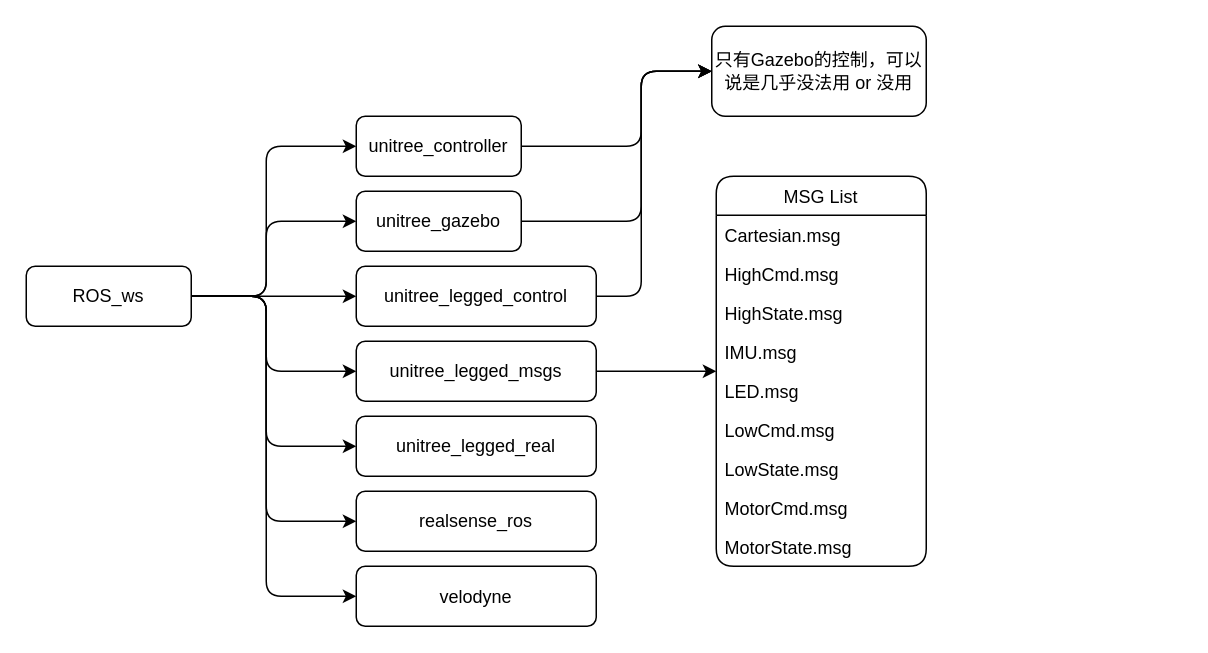
MistyMoonR/tsinghua-Unitree-ROS keeps this draw.io diagram as ROS_ws/drawio/ROS_ws.drawio. Above is the earlier version. Source tidied: cells renumbered, new cells numbered last; positions are measured from the earlier drawing's top-left corner, leaving out a move shared by most shapes. Both pictures are drawn from the tidied source at 150%, with x=0, y=0 at pixel (26, 26).
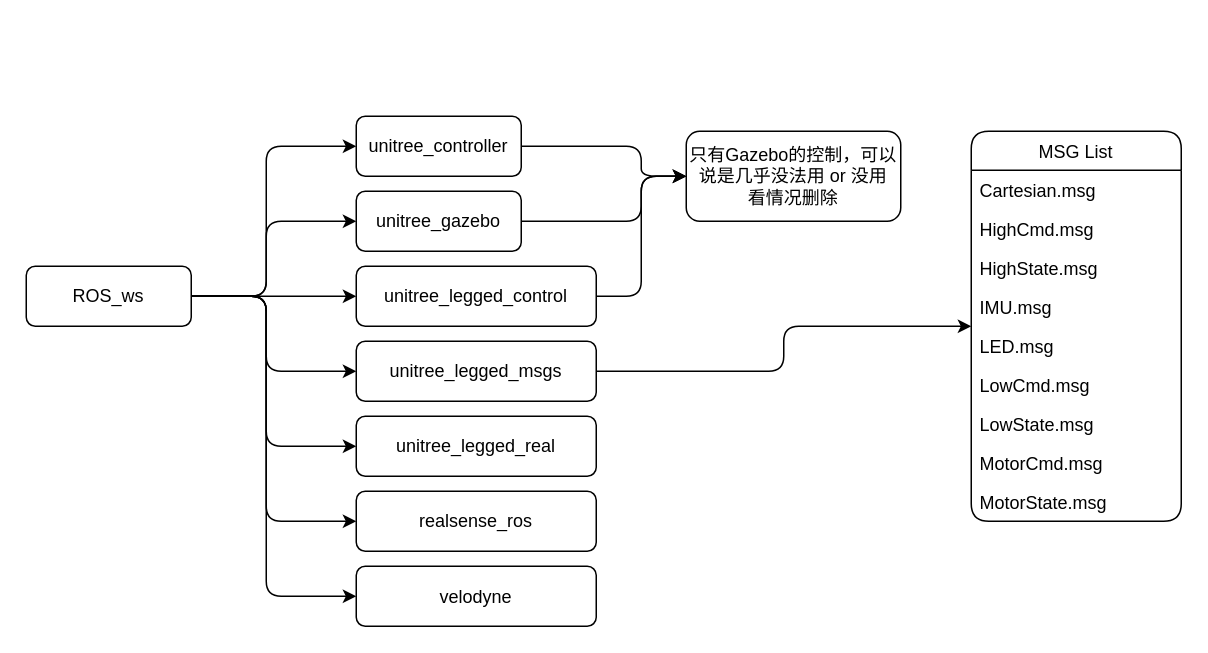
Above is the later version.

Unchanged cells that the change refers to:
```xml
<mxCell id="4" value="unitree_legged_control" style="rounded=1;whiteSpace=wrap;html=1;" parent="1" vertex="1">
  <mxGeometry x="220" y="160" width="160" height="40" as="geometry" />
</mxCell>
<mxCell id="6" value="unitree_gazebo" style="rounded=1;whiteSpace=wrap;html=1;" parent="1" vertex="1">
  <mxGeometry x="220" y="110" width="110" height="40" as="geometry" />
</mxCell>
<mxCell id="8" value="unitree_controller" style="rounded=1;whiteSpace=wrap;html=1;" parent="1" vertex="1">
  <mxGeometry x="220" y="60" width="110" height="40" as="geometry" />
</mxCell>
```

The edit, as a diff of the source:
```diff
@@
     <mxCell id="5" style="edgeStyle=orthogonalEdgeStyle;rounded=1;jettySize=auto;html=1;" parent="1" edge="1" source="6" target="16">
       <mxGeometry relative="1" as="geometry">
         <Array as="points">
           <mxPoint x="410" y="130" />
-          <mxPoint x="410" y="30" />
+          <mxPoint x="410" y="100" />
         </Array>
       </mxGeometry>
     </mxCell>
@@
     <mxCell id="7" style="edgeStyle=orthogonalEdgeStyle;rounded=1;jettySize=auto;html=1;" parent="1" edge="1" source="8" target="16">
       <mxGeometry relative="1" as="geometry">
         <Array as="points">
           <mxPoint x="410" y="80" />
-          <mxPoint x="410" y="30" />
+          <mxPoint x="410" y="100" />
         </Array>
       </mxGeometry>
     </mxCell>
@@
-    <mxCell id="16" value="只有Gazebo的控制，可以说是几乎没法用 or 没用" style="rounded=1;whiteSpace=wrap;html=1;" parent="1" vertex="1">
-      <mxGeometry x="457" width="143" height="60" as="geometry" />
+    <mxCell id="16" value="只有Gazebo的控制，可以说是几乎没法用 or 没用&lt;br&gt;看情况删除" style="rounded=1;whiteSpace=wrap;html=1;" parent="1" vertex="1">
+      <mxGeometry x="440" y="70" width="143" height="60" as="geometry" />
     </mxCell>
     <mxCell id="17" style="edgeStyle=orthogonalEdgeStyle;rounded=1;jettySize=auto;html=1;" parent="1" edge="1" source="4" target="16">
       <mxGeometry relative="1" as="geometry">
         <Array as="points">
           <mxPoint x="410" y="180" />
-          <mxPoint x="410" y="30" />
+          <mxPoint x="410" y="100" />
         </Array>
       </mxGeometry>
     </mxCell>
     <mxCell id="18" value="MSG List" style="swimlane;fontStyle=0;horizontal=1;startSize=26;rounded=1;shadow=0;glass=0;" parent="1" vertex="1">
-      <mxGeometry x="460" y="100" width="140" height="260" as="geometry" />
+      <mxGeometry x="630" y="70" width="140" height="260" as="geometry" />
     </mxCell>
```
